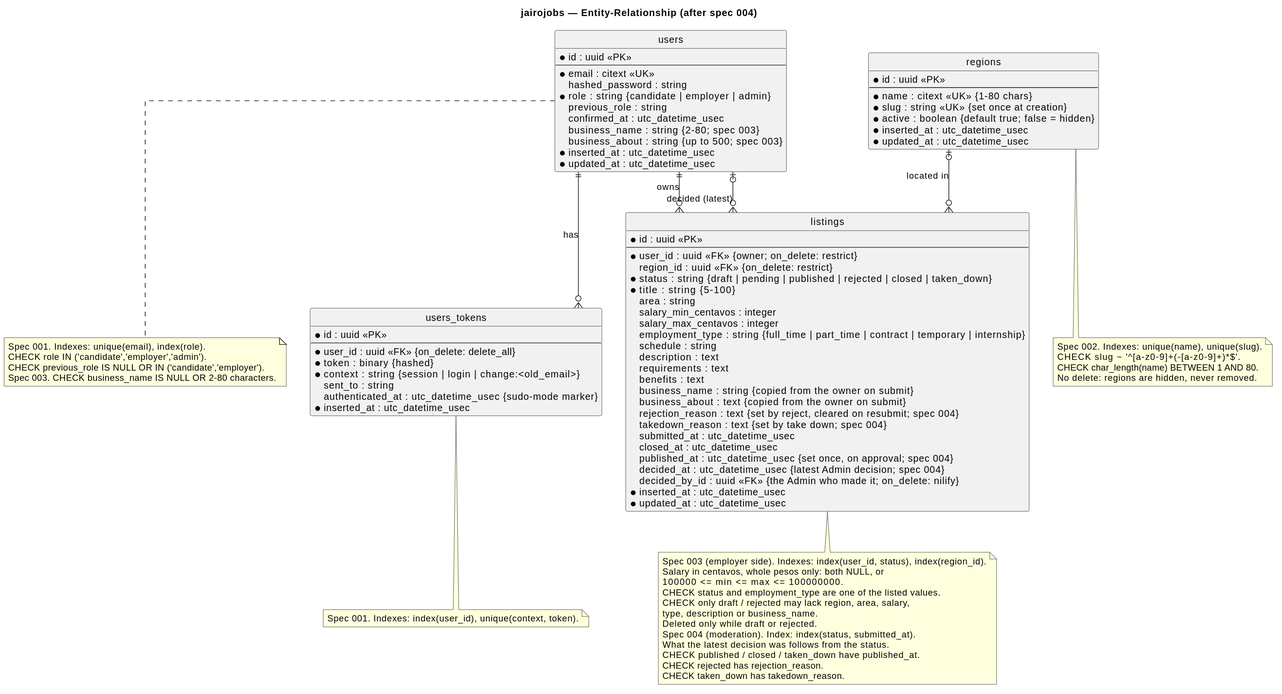
Earlier version of the PlantUML export docs/architecture/diagrams/out/erd-jairojobs.svg (raseniero/jairojobs-elixir).
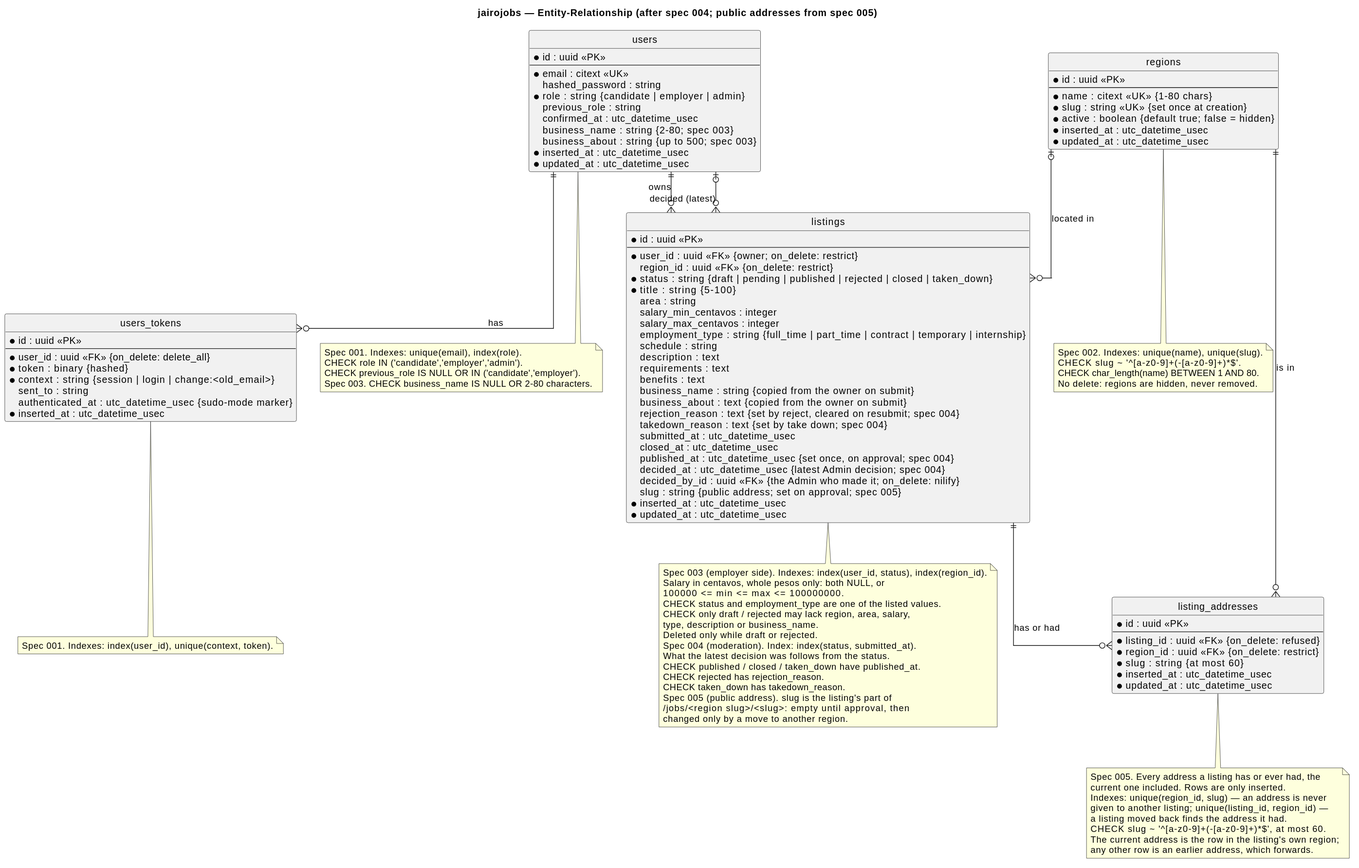
After the commit.

Change to the diagram source:
```diff
@@ -1,6 +1,6 @@
 @startuml
 
-title jairojobs — Entity-Relationship (after spec 004)
+title jairojobs — Entity-Relationship (after spec 004; public addresses from spec 005)
 
 skinparam linetype ortho
 hide circle
@@ -43,6 +43,17 @@
     published_at : utc_datetime_usec  {set once, on approval; spec 004}
     decided_at : utc_datetime_usec  {latest Admin decision; spec 004}
     decided_by_id : uuid <<FK>>  {the Admin who made it; on_delete: nilify}
+    slug : string  {public address; set on approval; spec 005}
+  * inserted_at : utc_datetime_usec
+  * updated_at : utc_datetime_usec
+}
+
+entity "listing_addresses" as listing_addresses {
+  * id : uuid <<PK>>
+  --
+  * listing_id : uuid <<FK>>  {on_delete: refused}
+  * region_id : uuid <<FK>>  {on_delete: restrict}
+  * slug : string  {at most 60}
   * inserted_at : utc_datetime_usec
   * updated_at : utc_datetime_usec
 }
@@ -72,6 +83,8 @@
 users ||--o{ listings : "owns"
 users |o--o{ listings : "decided (latest)"
 regions |o--o{ listings : "located in"
+listings ||--o{ listing_addresses : "has or had"
+regions ||--o{ listing_addresses : "is in"
 
 note bottom of users
   Spec 001. Indexes: unique(email), index(role).
@@ -104,6 +117,20 @@
   CHECK published / closed / taken_down have published_at.
   CHECK rejected has rejection_reason.
   CHECK taken_down has takedown_reason.
+  Spec 005 (public address). slug is the listing's part of
+  /jobs/<region slug>/<slug>: empty until approval, then
+  changed only by a move to another region.
+end note
+
+note bottom of listing_addresses
+  Spec 005. Every address a listing has or ever had, the
+  current one included. Rows are only inserted.
+  Indexes: unique(region_id, slug) — an address is never
+  given to another listing; unique(listing_id, region_id) —
+  a listing moved back finds the address it had.
+  CHECK slug ~ '^[a-z0-9]+(-[a-z0-9]+)*$', at most 60.
+  The current address is the row in the listing's own region;
+  any other row is an earlier address, which forwards.
 end note
 
 @enduml
```
